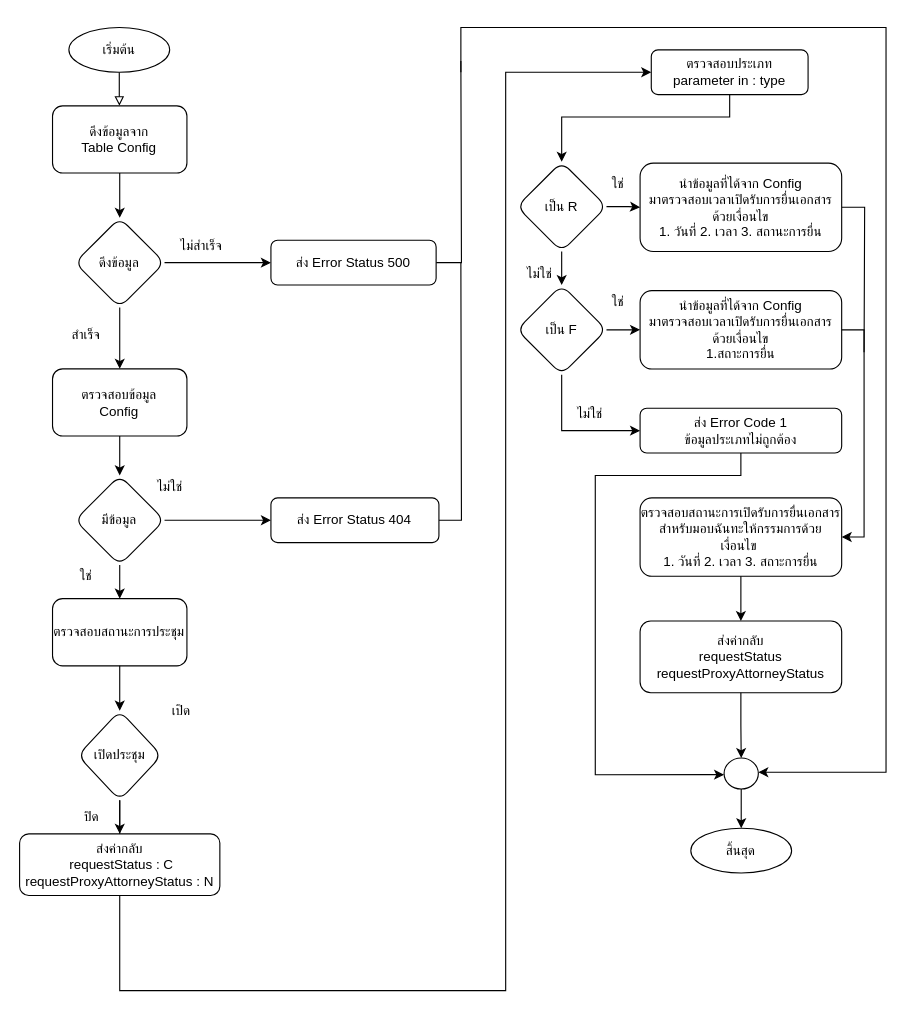
Earlier version of the draw.io diagram checkRequest.drawio (charifrodmanee/charifrodmanee). Source tidied: cells renumbered, new cells numbered last; positions are measured from the earlier drawing's top-left corner, leaving out a move shared by most shapes. Both pictures are drawn from the tidied source at 112%, with x=0, y=0 at pixel (19, 27).
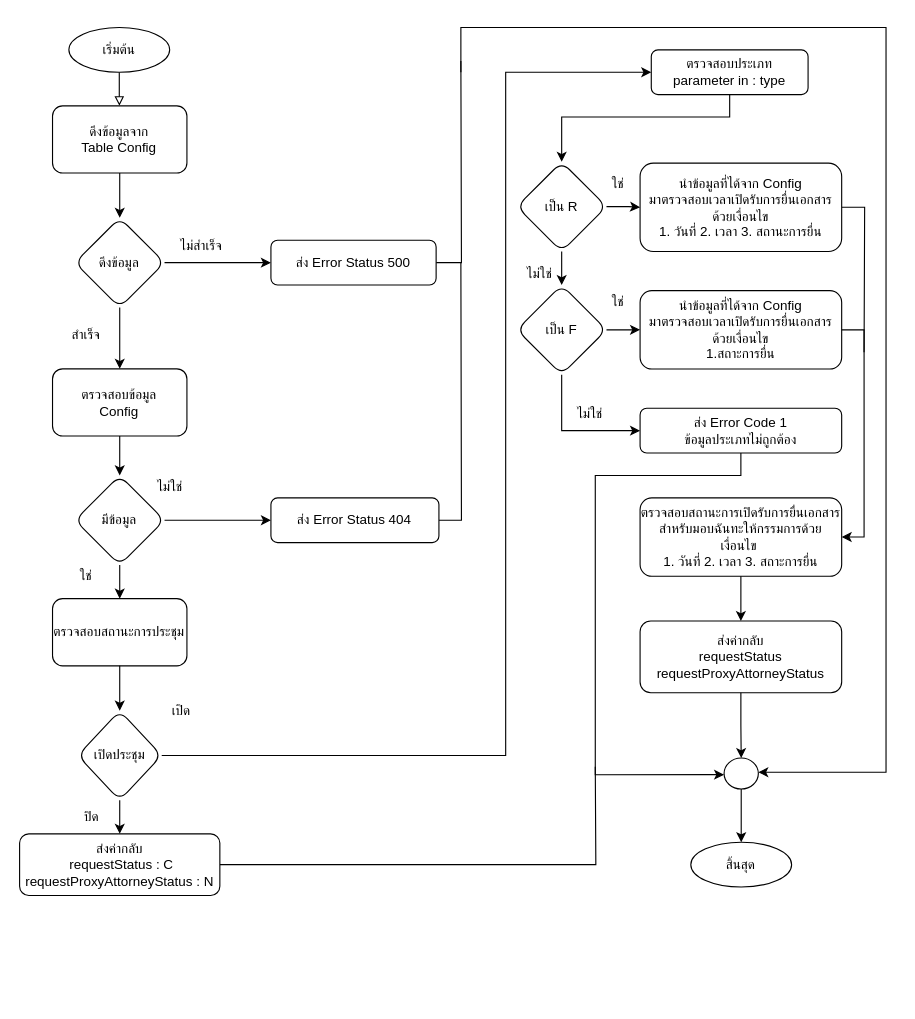
Above is the later version.

The change refers to these unchanged cells:
```xml
<mxCell id="7" value="ตรวจสอบประเภท&lt;br&gt;parameter in : type" style="whiteSpace=wrap;html=1;rounded=1;glass=0;strokeWidth=1;shadow=0;" parent="1" vertex="1">
  <mxGeometry x="564" y="20" width="140" height="40" as="geometry" />
</mxCell>
<mxCell id="51" value="เปิดประชุม" style="rhombus;whiteSpace=wrap;html=1;rounded=1;glass=0;strokeWidth=1;shadow=0;" parent="1" vertex="1">
  <mxGeometry x="51.9" y="610" width="75" height="80" as="geometry" />
</mxCell>
<mxCell id="53" value="ส่งค่ากลับ&lt;br&gt;&amp;nbsp;requestStatus : C&lt;br&gt;&amp;nbsp;requestProxyAttorneyStatus : N&amp;nbsp;" style="whiteSpace=wrap;html=1;rounded=1;glass=0;strokeWidth=1;shadow=0;" parent="1" vertex="1">
  <mxGeometry y="720" width="178.8" height="55" as="geometry" />
</mxCell>
```

Diff of the diagram source:
```diff
@@
-    <mxCell id="8" style="edgeStyle=orthogonalEdgeStyle;rounded=0;jettySize=auto;html=1;" parent="1" edge="1" source="51" target="7">
-      <mxGeometry relative="1" as="geometry">
-        <Array as="points">
-          <mxPoint x="434" y="860" />
-          <mxPoint x="434" y="40" />
-        </Array>
-      </mxGeometry>
-    </mxCell>
@@
     <mxCell id="30" value="สิ้นสุด" style="ellipse;whiteSpace=wrap;html=1;rounded=1;glass=0;strokeWidth=1;shadow=0;" parent="1" vertex="1">
-      <mxGeometry x="599.3" y="715" width="90" height="40" as="geometry" />
+      <mxGeometry x="599.3" y="727.5" width="90" height="40" as="geometry" />
     </mxCell>
@@
+    <mxCell id="8" style="edgeStyle=orthogonalEdgeStyle;rounded=0;jettySize=auto;html=1;entryX=0;entryY=0.5;entryDx=0;entryDy=0;endArrow=classic;endFill=1;" parent="1" edge="1" source="51" target="7">
+      <mxGeometry relative="1" as="geometry">
+        <Array as="points">
+          <mxPoint x="434" y="650" />
+          <mxPoint x="434" y="40" />
+        </Array>
+      </mxGeometry>
+    </mxCell>
@@
+    <mxCell id="57" style="edgeStyle=orthogonalEdgeStyle;rounded=0;jettySize=auto;html=1;endArrow=none;endFill=0;" parent="1" edge="1" source="53">
+      <mxGeometry relative="1" as="geometry">
+        <mxPoint x="514" y="660" as="targetPoint" />
+      </mxGeometry>
+    </mxCell>
```
